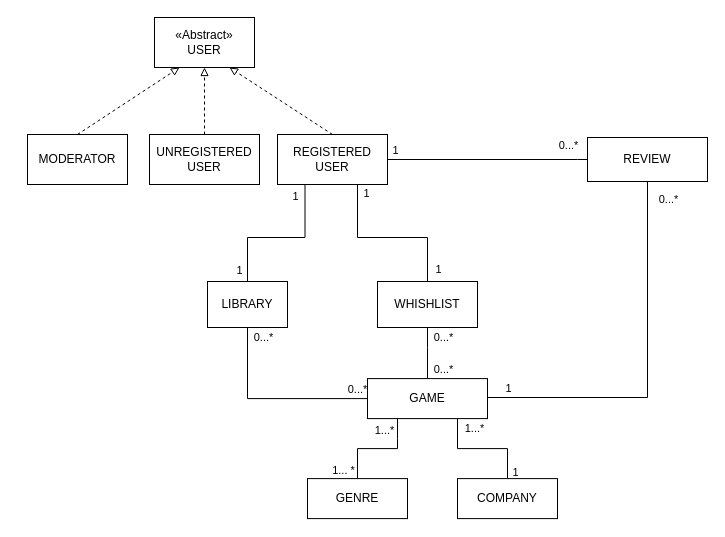
Earlier version of the draw.io diagram Diagrams/UML class diagram.drawio (lorenzoceccanti/pixelindex). Source tidied: cells renumbered, new cells numbered last; positions are measured from the earlier drawing's top-left corner, leaving out a move shared by most shapes. Both pictures are drawn from the tidied source at 100%, with x=0, y=0 at pixel (27, 17).
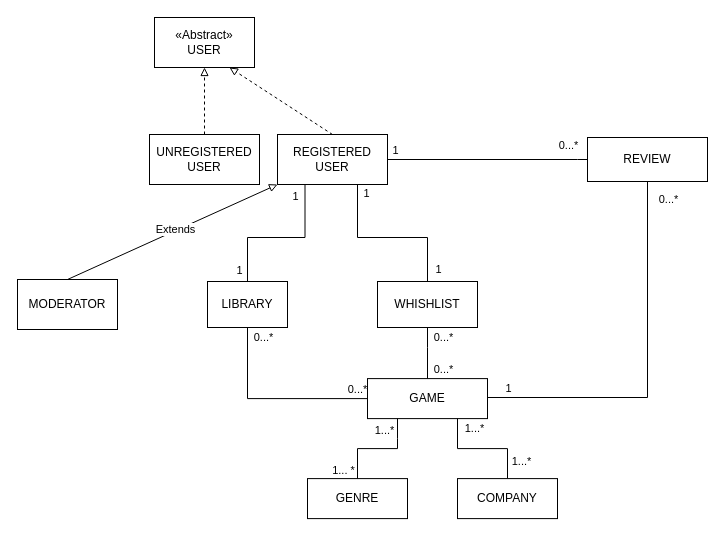
Above is the later version.

The change refers to these unchanged cells:
```xml
<mxCell id="2" value="«Abstract»&lt;br&gt;USER" style="rounded=0;whiteSpace=wrap;html=1;" parent="1" vertex="1">
  <mxGeometry x="127" width="100" height="50" as="geometry" />
</mxCell>
<mxCell id="14" value="REGISTERED&lt;br&gt;USER" style="rounded=0;whiteSpace=wrap;html=1;" parent="1" vertex="1">
  <mxGeometry x="250" y="117" width="110" height="50" as="geometry" />
</mxCell>
<mxCell id="29" style="edgeStyle=orthogonalEdgeStyle;rounded=0;jettySize=auto;html=1;entryX=0.75;entryY=1;entryDx=0;entryDy=0;endArrow=none;endFill=0;exitX=0.5;exitY=0;exitDx=0;exitDy=0;" parent="1" edge="1" source="32" target="18">
  <mxGeometry relative="1" as="geometry">
    <Array as="points">
      <mxPoint x="480" y="431.1" />
      <mxPoint x="430" y="431.1" />
    </Array>
  </mxGeometry>
</mxCell>
```

Diff of the diagram source:
```diff
@@
-    <mxCell id="3" style="endArrow=block;html=1;rounded=0;endFill=0;dashed=1;exitX=0.5;exitY=0;exitDx=0;exitDy=0;entryX=0.25;entryY=1;entryDx=0;entryDy=0;" parent="1" edge="1" source="4" target="2">
+    <mxCell id="3" style="endArrow=block;html=1;rounded=0;endFill=0;exitX=0.5;exitY=0;exitDx=0;exitDy=0;entryX=0;entryY=1;entryDx=0;entryDy=0;" parent="1" edge="1" source="4" target="14">
       <mxGeometry relative="1" as="geometry" />
     </mxCell>
+    <mxCell id="39" value="Extends" style="edgeLabel;html=1;align=center;verticalAlign=middle;" parent="3" vertex="1">
+      <mxGeometry x="0.03" y="2" relative="1" as="geometry" />
+    </mxCell>
     <mxCell id="4" value="MODERATOR" style="rounded=0;whiteSpace=wrap;html=1;" parent="1" vertex="1">
-      <mxGeometry y="117" width="100" height="50" as="geometry" />
+      <mxGeometry x="-10" y="262" width="100" height="50" as="geometry" />
     </mxCell>
@@
-    <mxCell id="31" value="1" style="edgeLabel;html=1;align=center;verticalAlign=middle;" parent="29" vertex="1">
-      <mxGeometry x="-0.83" relative="1" as="geometry">
-        <mxPoint x="7" y="2" as="offset" />
-      </mxGeometry>
-    </mxCell>
+    <mxCell id="40" value="1...*" style="edgeLabel;html=1;align=center;verticalAlign=middle;" parent="29" vertex="1">
+      <mxGeometry x="-0.64" y="-1" relative="1" as="geometry">
+        <mxPoint x="12" y="2" as="offset" />
+      </mxGeometry>
+    </mxCell>
```
